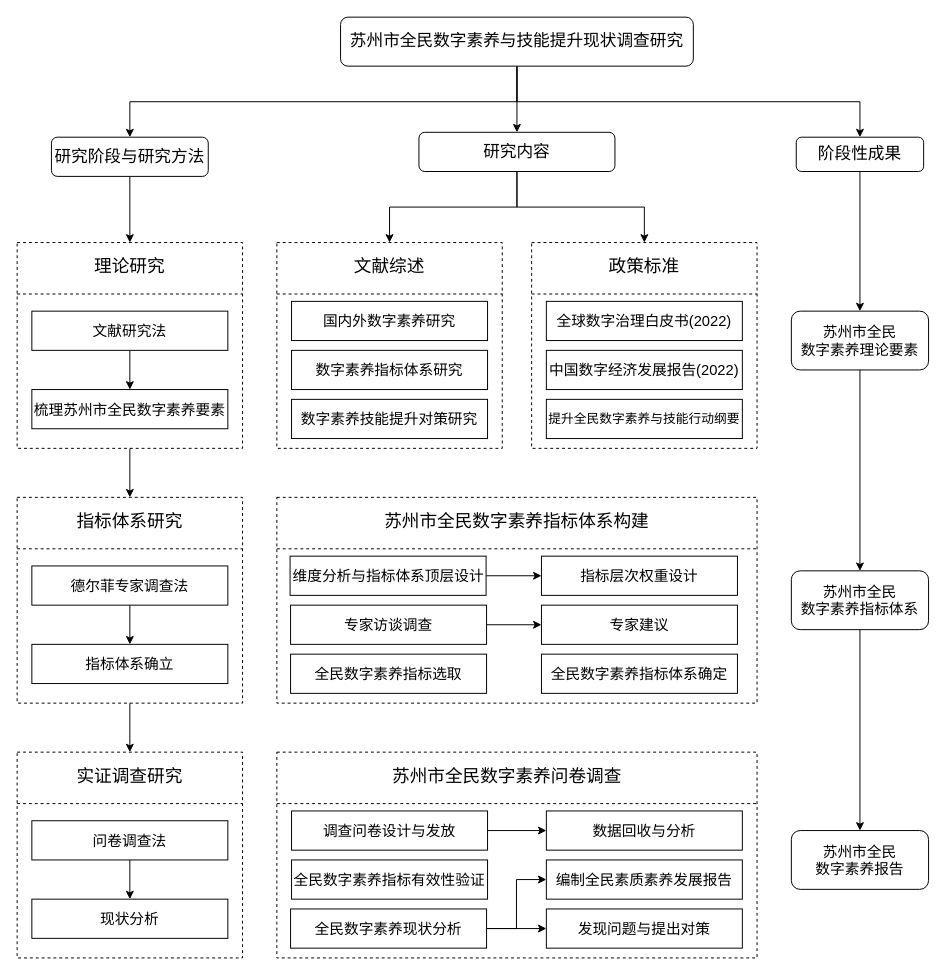
Before: EDU/数字素养调查研究路径.drawio in redcomet88/DRAW, a draw.io diagram. Source tidied: cells renumbered, new cells numbered last; positions are measured from the earlier drawing's top-left corner, leaving out a move shared by most shapes. Both pictures are drawn from the tidied source at 98%, with x=0, y=0 at pixel (17, 17).
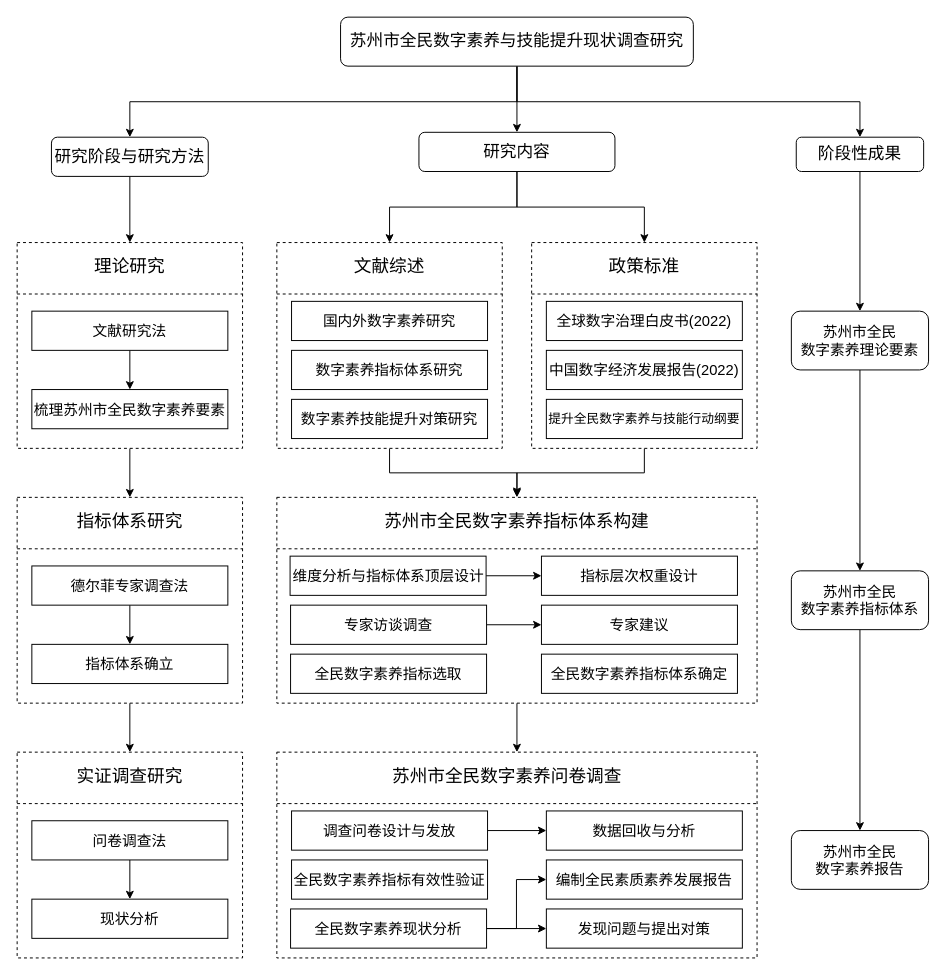
The same page after the edit.

Commit message:
更新数字素养调查研究路径.drawio

Unchanged cells that the change refers to:
```xml
<mxCell id="13" style="rounded=0;whiteSpace=wrap;html=1;dashed=1;" parent="1" vertex="1">
  <mxGeometry x="265" y="230" width="230" height="210" as="geometry" />
</mxCell>
<mxCell id="19" style="rounded=0;whiteSpace=wrap;html=1;dashed=1;" parent="1" vertex="1">
  <mxGeometry x="525" y="230" width="230" height="210" as="geometry" />
</mxCell>
<mxCell id="50" style="rounded=0;whiteSpace=wrap;html=1;dashed=1;" parent="1" vertex="1">
  <mxGeometry x="265" y="490" width="490" height="210" as="geometry" />
</mxCell>
<mxCell id="56" style="rounded=0;whiteSpace=wrap;html=1;dashed=1;" parent="1" vertex="1">
  <mxGeometry x="265" y="750" width="490" height="210" as="geometry" />
</mxCell>
```

Diff of the diagram source:
```diff
@@
+    <mxCell id="73" style="edgeStyle=orthogonalEdgeStyle;rounded=0;jettySize=auto;html=1;exitX=0.5;exitY=1;exitDx=0;exitDy=0;entryX=0.5;entryY=0;entryDx=0;entryDy=0;" parent="1" edge="1" source="13" target="50">
+      <mxGeometry relative="1" as="geometry" />
+    </mxCell>
@@
+    <mxCell id="74" style="edgeStyle=orthogonalEdgeStyle;rounded=0;jettySize=auto;html=1;exitX=0.5;exitY=1;exitDx=0;exitDy=0;" parent="1" edge="1" source="19">
+      <mxGeometry relative="1" as="geometry">
+        <mxPoint x="510" y="488.5" as="targetPoint" />
+        <Array as="points">
+          <mxPoint x="640" y="465" />
+          <mxPoint x="510" y="465" />
+        </Array>
+      </mxGeometry>
+    </mxCell>
@@
+    <mxCell id="75" style="edgeStyle=orthogonalEdgeStyle;rounded=0;jettySize=auto;html=1;exitX=0.5;exitY=1;exitDx=0;exitDy=0;entryX=0.5;entryY=0;entryDx=0;entryDy=0;" parent="1" edge="1" source="50" target="56">
+      <mxGeometry relative="1" as="geometry" />
+    </mxCell>
```
